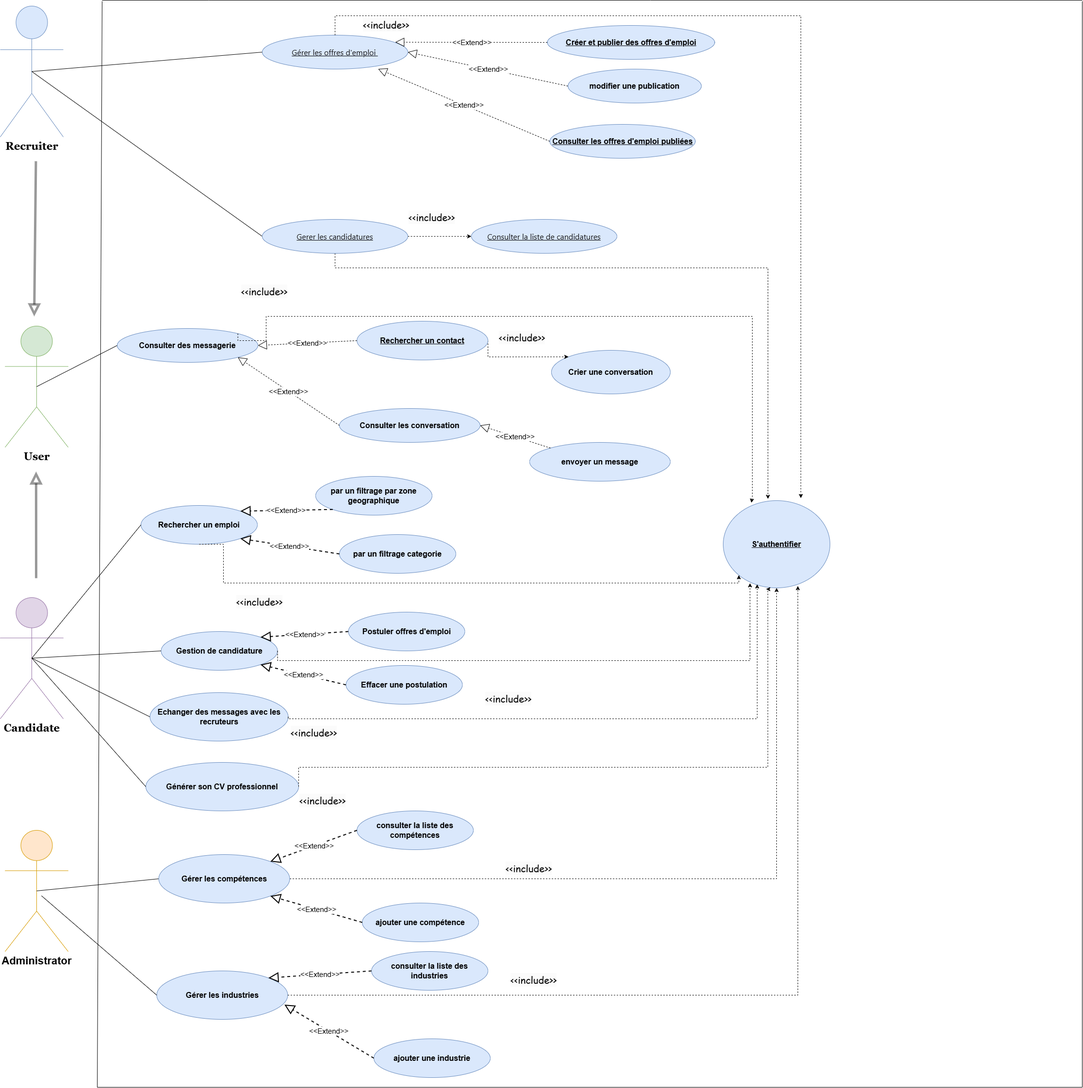
Before: Diagramme cas utilisation sprint2.drawio.png, a diagram exported from draw.io (chirine1/-project). Source tidied: cells renumbered, new cells last; positions are measured from the earlier drawing's top-left corner, leaving out a move shared by most shapes.
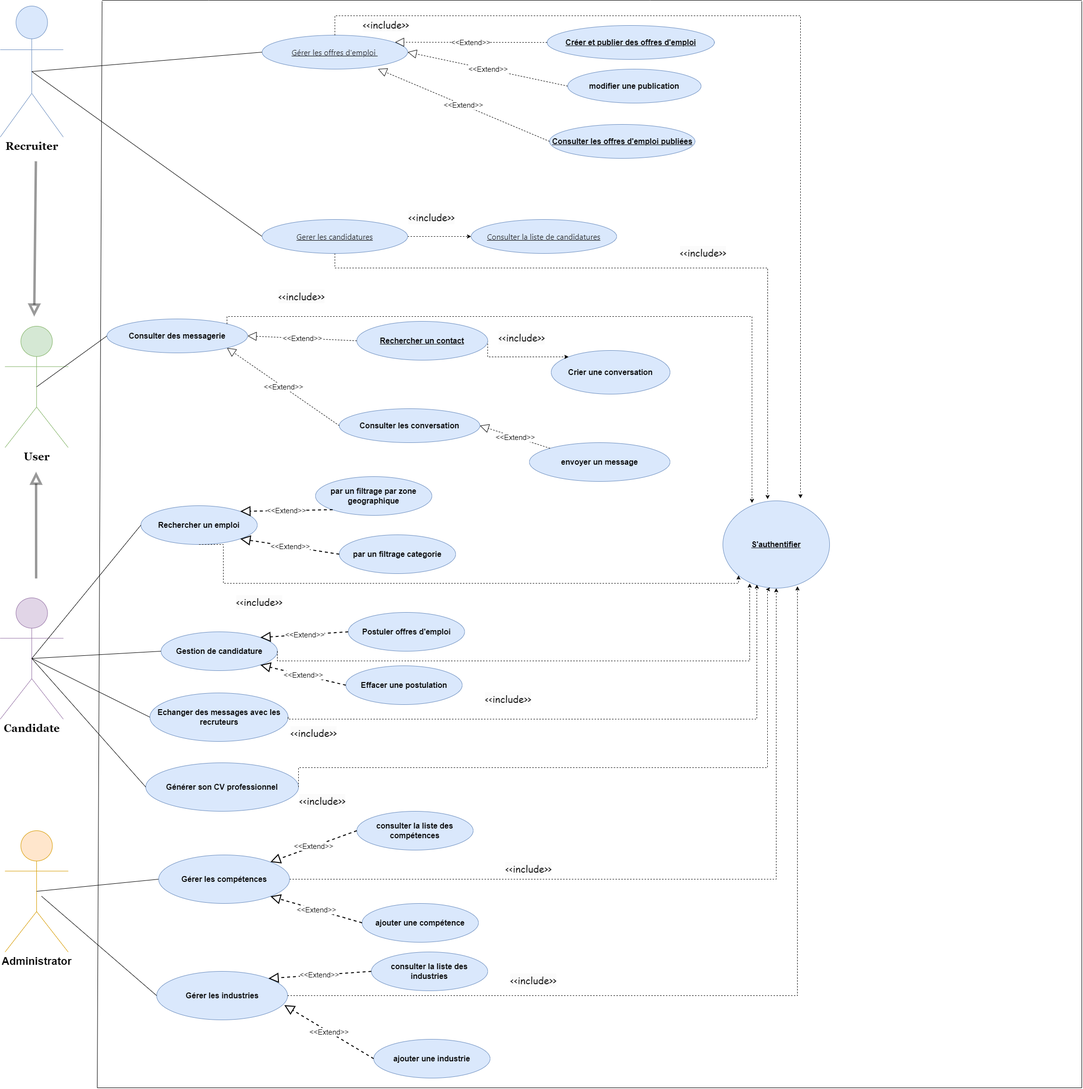
The same file after the commit.

Commit message:
Mettre à jour Diagramme cas utilisation sprint2.drawio.png

Diff of the diagram source:
```diff
@@ -31,7 +31,7 @@
       <mxGeometry x="290" y="1042" width="240" height="80" as="geometry" />
     </mxCell>
     <mxCell id="8" value="&lt;span style=&quot;font-size: 16px;&quot;&gt;&lt;b&gt;Consulter des messagerie&lt;/b&gt;&lt;/span&gt;" style="ellipse;whiteSpace=wrap;html=1;align=center;fillColor=#dae8fc;strokeColor=#6c8ebf;" parent="1" vertex="1">
-      <mxGeometry x="241" y="677" width="290" height="70" as="geometry" />
+      <mxGeometry x="220" y="657" width="290" height="70" as="geometry" />
     </mxCell>
     <mxCell id="9" value="&lt;b&gt;&lt;font face=&quot;Helvetica&quot; style=&quot;font-size: 16px;&quot;&gt;S'authentifier&lt;/font&gt;&lt;/b&gt;" style="ellipse;whiteSpace=wrap;html=1;align=center;fontStyle=4;fillColor=#dae8fc;strokeColor=#6c8ebf;" parent="1" vertex="1">
       <mxGeometry x="1490" y="1032" width="220" height="180" as="geometry" />
@@ -54,11 +54,9 @@
     <mxCell id="13" style="edgeStyle=orthogonalEdgeStyle;rounded=0;jettySize=auto;html=1;exitX=1;exitY=0;exitDx=0;exitDy=0;entryX=0.264;entryY=0.025;entryDx=0;entryDy=0;dashed=1;entryPerimeter=0;" parent="1" edge="1" source="8" target="9">
       <mxGeometry relative="1" as="geometry">
         <Array as="points">
-          <mxPoint x="489" y="702" />
-          <mxPoint x="548" y="702" />
-          <mxPoint x="548" y="652" />
+          <mxPoint x="467" y="652" />
           <mxPoint x="1550" y="652" />
-          <mxPoint x="1550" y="1023" />
+          <mxPoint x="1550" y="1037" />
         </Array>
       </mxGeometry>
     </mxCell>
@@ -75,7 +73,7 @@
       <mxGeometry x="746" y="32" width="130" height="50" as="geometry" />
     </mxCell>
     <mxCell id="17" value="&lt;span style=&quot;color: rgb(0, 0, 0); font-family: &amp;quot;Comic Sans MS&amp;quot;; font-size: 20px; font-style: normal; font-variant-ligatures: normal; font-variant-caps: normal; font-weight: 400; letter-spacing: normal; orphans: 2; text-align: center; text-indent: 0px; text-transform: none; widows: 2; word-spacing: 0px; -webkit-text-stroke-width: 0px; background-color: rgb(251, 251, 251); text-decoration-thickness: initial; text-decoration-style: initial; text-decoration-color: initial; float: none; display: inline !important;&quot;&gt;&amp;lt;&amp;lt;include&amp;gt;&amp;gt;&lt;/span&gt;" style="text;whiteSpace=wrap;html=1;" parent="1" vertex="1">
-      <mxGeometry x="495.1" y="582" width="130" height="50" as="geometry" />
+      <mxGeometry x="571.5" y="592" width="130" height="50" as="geometry" />
     </mxCell>
     <mxCell id="18" value="&lt;div style=&quot;text-align: left;&quot;&gt;&lt;font face=&quot;ui-sans-serif, -apple-system, system-ui, Segoe UI, Roboto, Ubuntu, Cantarell, Noto Sans, sans-serif, Helvetica, Apple Color Emoji, Arial, Segoe UI Emoji, Segoe UI Symbol&quot; color=&quot;#0d0d0d&quot;&gt;&lt;span style=&quot;font-size: 16px; white-space-collapse: preserve;&quot;&gt;Gérer les offres d'emploi &lt;/span&gt;&lt;br&gt;&lt;/font&gt;&lt;/div&gt;" style="ellipse;whiteSpace=wrap;html=1;align=center;fontStyle=4;fillColor=#dae8fc;strokeColor=#6c8ebf;" parent="1" vertex="1">
       <mxGeometry x="540" y="72" width="300" height="70" as="geometry" />
@@ -326,5 +324,8 @@
     <mxCell id="83" value="&lt;span style=&quot;color: rgb(0, 0, 0); font-family: &amp;quot;Comic Sans MS&amp;quot;; font-size: 20px; font-style: normal; font-variant-ligatures: normal; font-variant-caps: normal; font-weight: 400; letter-spacing: normal; orphans: 2; text-align: center; text-indent: 0px; text-transform: none; widows: 2; word-spacing: 0px; -webkit-text-stroke-width: 0px; background-color: rgb(251, 251, 251); text-decoration-thickness: initial; text-decoration-style: initial; text-decoration-color: initial; float: none; display: inline !important;&quot;&gt;&amp;lt;&amp;lt;include&amp;gt;&amp;gt;&lt;/span&gt;" style="text;whiteSpace=wrap;html=1;" parent="1" vertex="1">
       <mxGeometry x="1050" y="2002" width="130" height="50" as="geometry" />
     </mxCell>
+    <mxCell id="84" value="&lt;span style=&quot;color: rgb(0, 0, 0); font-family: &amp;quot;Comic Sans MS&amp;quot;; font-size: 20px; font-style: normal; font-variant-ligatures: normal; font-variant-caps: normal; font-weight: 400; letter-spacing: normal; orphans: 2; text-align: center; text-indent: 0px; text-transform: none; widows: 2; word-spacing: 0px; -webkit-text-stroke-width: 0px; background-color: rgb(251, 251, 251); text-decoration-thickness: initial; text-decoration-style: initial; text-decoration-color: initial; float: none; display: inline !important;&quot;&gt;&amp;lt;&amp;lt;include&amp;gt;&amp;gt;&lt;/span&gt;" style="text;whiteSpace=wrap;html=1;" parent="1" vertex="1">
+      <mxGeometry x="1400" y="502" width="130" height="50" as="geometry" />
+    </mxCell>
   </root>
 </mxGraphModel>
```
